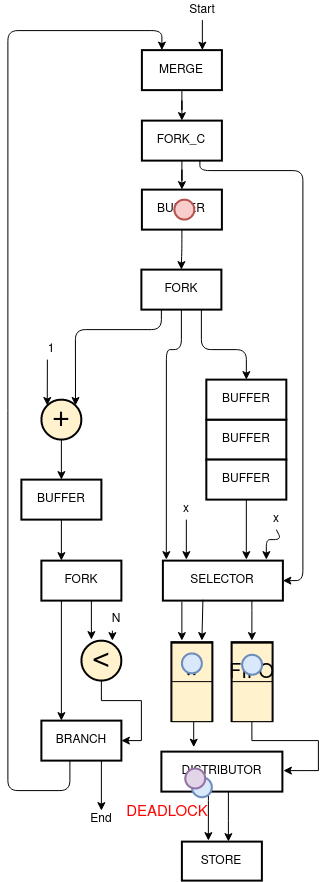
Before: deadlock_6.png, a diagram exported from draw.io (axelmarmet/intermediary-presentation). Source tidied: cells renumbered, new cells last; positions are measured from the earlier drawing's top-left corner, leaving out a move shared by most shapes.
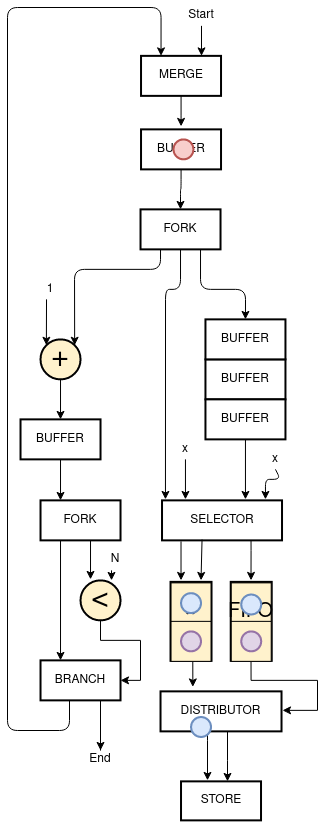
Later version of the same file.

Change to the diagram source:
```diff
@@ -4,13 +4,13 @@
     <mxCell id="1" parent="0" />
     <mxCell id="2" style="endArrow=classic;html=1;entryX=0.75;entryY=0;entryDx=0;entryDy=0;" parent="1" edge="1">
       <mxGeometry relative="1" as="geometry">
-        <mxPoint x="178.8" y="519.1" as="sourcePoint" />
-        <mxPoint x="178.8" y="559.1" as="targetPoint" />
+        <mxPoint x="178.9" y="519.1" as="sourcePoint" />
+        <mxPoint x="178.9" y="559.1" as="targetPoint" />
       </mxGeometry>
     </mxCell>
     <mxCell id="3" style="endArrow=classic;html=1;entryX=0.25;entryY=0;entryDx=0;entryDy=0;exitX=0.5;exitY=1;exitDx=0;exitDy=0;" parent="1" edge="1" source="8">
       <mxGeometry relative="1" as="geometry">
-        <mxPoint x="158.8" y="559.1" as="targetPoint" />
+        <mxPoint x="158.9" y="559.1" as="targetPoint" />
         <Array as="points">
           <mxPoint x="173.9" y="349.1" />
           <mxPoint x="158.9" y="349.1" />
@@ -27,27 +27,29 @@
     </mxCell>
     <mxCell id="5" style="endArrow=classic;html=1;entryX=0.75;entryY=0;entryDx=0;entryDy=0;exitX=0.5;exitY=1;exitDx=0;exitDy=0;" parent="1" edge="1" source="6">
       <mxGeometry relative="1" as="geometry">
-        <mxPoint x="258.8" y="559.1" as="targetPoint" />
+        <mxPoint x="258.9" y="559.1" as="targetPoint" />
         <Array as="points">
-          <mxPoint x="273.8" y="539.1" />
-          <mxPoint x="258.8" y="539.1" />
+          <mxPoint x="273.9" y="539.1" />
+          <mxPoint x="258.9" y="539.1" />
         </Array>
       </mxGeometry>
     </mxCell>
     <mxCell id="6" value="&lt;div&gt;x&lt;br&gt;&lt;/div&gt;" style="text;html=1;strokeColor=none;fillColor=none;align=center;verticalAlign=middle;whiteSpace=wrap;rounded=0;" parent="1" vertex="1">
-      <mxGeometry x="248.8" y="509.1" width="40" height="20" as="geometry" />
+      <mxGeometry x="248.9" y="509.1" width="40" height="20" as="geometry" />
     </mxCell>
     <mxCell id="7" value="&lt;div&gt;x&lt;br&gt;&lt;/div&gt;" style="text;html=1;strokeColor=none;fillColor=none;align=center;verticalAlign=middle;whiteSpace=wrap;rounded=0;" parent="1" vertex="1">
-      <mxGeometry x="158.8" y="499.1" width="40" height="20" as="geometry" />
+      <mxGeometry x="158.9" y="499.1" width="40" height="20" as="geometry" />
     </mxCell>
     <mxCell id="8" value="FORK" style="rounded=0;whiteSpace=wrap;html=1;strokeColor=#000000;strokeWidth=2;" parent="1" vertex="1">
       <mxGeometry x="133.9" y="269.1" width="80" height="40" as="geometry" />
     </mxCell>
-    <mxCell id="9" style="edgeStyle=orthogonalEdgeStyle;rounded=0;jettySize=auto;html=1;" parent="1" edge="1" source="10" target="49">
-      <mxGeometry relative="1" as="geometry" />
+    <mxCell id="9" style="edgeStyle=orthogonalEdgeStyle;rounded=0;jettySize=auto;html=1;" parent="1" edge="1" source="10">
+      <mxGeometry relative="1" as="geometry">
+        <mxPoint x="174.5" y="186.1" as="targetPoint" />
+      </mxGeometry>
     </mxCell>
     <mxCell id="10" value="MERGE" style="rounded=0;whiteSpace=wrap;html=1;strokeColor=#000000;strokeWidth=2;" parent="1" vertex="1">
-      <mxGeometry x="134.4" y="49.6" width="80" height="40" as="geometry" />
+      <mxGeometry x="134.4" y="115.6" width="80" height="40" as="geometry" />
     </mxCell>
     <mxCell id="11" style="edgeStyle=orthogonalEdgeStyle;rounded=0;jettySize=auto;html=1;fontSize=30;" parent="1" edge="1" source="12" target="33">
       <mxGeometry relative="1" as="geometry" />
@@ -107,10 +109,10 @@
     <mxCell id="24" style="edgeStyle=orthogonalEdgeStyle;rounded=1;jettySize=auto;html=1;entryX=0.25;entryY=0;entryDx=0;entryDy=0;fontSize=30;" parent="1" edge="1" source="25" target="10">
       <mxGeometry relative="1" as="geometry">
         <Array as="points">
-          <mxPoint x="62.4" y="790.1" />
-          <mxPoint x="0.4" y="790.1" />
-          <mxPoint x="0.4" y="30.1" />
-          <mxPoint x="154.4" y="30.1" />
+          <mxPoint x="62.9" y="790.2" />
+          <mxPoint x="0.9" y="790.2" />
+          <mxPoint x="0.9" y="67.2" />
+          <mxPoint x="154.9" y="67.2" />
         </Array>
       </mxGeometry>
     </mxCell>
@@ -119,12 +121,12 @@
     </mxCell>
     <mxCell id="26" style="edgeStyle=orthogonalEdgeStyle;rounded=0;orthogonalLoop=1;jettySize=auto;html=1;" parent="1" edge="1">
       <mxGeometry relative="1" as="geometry">
-        <mxPoint x="194.9" y="19.6" as="sourcePoint" />
-        <mxPoint x="194.9" y="49.6" as="targetPoint" />
+        <mxPoint x="194.9" y="85.6" as="sourcePoint" />
+        <mxPoint x="194.9" y="115.6" as="targetPoint" />
       </mxGeometry>
     </mxCell>
     <mxCell id="27" value="Start" style="text;html=1;strokeColor=none;fillColor=none;align=center;verticalAlign=middle;whiteSpace=wrap;rounded=0;" parent="1" vertex="1">
-      <mxGeometry x="174.9" y="-0.4" width="40" height="20" as="geometry" />
+      <mxGeometry x="174.9" y="65.6" width="40" height="20" as="geometry" />
     </mxCell>
     <mxCell id="28" value="1" style="text;html=1;strokeColor=none;fillColor=none;align=center;verticalAlign=middle;whiteSpace=wrap;rounded=0;" parent="1" vertex="1">
       <mxGeometry x="23.9" y="339.1" width="40" height="20" as="geometry" />
@@ -145,14 +147,14 @@
       <mxGeometry x="13.9" y="479.1" width="80" height="40" as="geometry" />
     </mxCell>
     <mxCell id="34" value="BUFFER" style="rounded=0;whiteSpace=wrap;html=1;strokeColor=#000000;strokeWidth=2;" parent="1" vertex="1">
-      <mxGeometry x="198.8" y="419.1" width="80" height="40" as="geometry" />
+      <mxGeometry x="198.9" y="419.1" width="80" height="40" as="geometry" />
     </mxCell>
     <mxCell id="35" value="BUFFER" style="rounded=0;whiteSpace=wrap;html=1;strokeColor=#000000;strokeWidth=2;" parent="1" vertex="1">
-      <mxGeometry x="198.8" y="379.1" width="80" height="40" as="geometry" />
+      <mxGeometry x="198.9" y="379.1" width="80" height="40" as="geometry" />
     </mxCell>
     <mxCell id="36" style="edgeStyle=orthogonalEdgeStyle;rounded=0;jettySize=auto;html=1;entryX=0.25;entryY=0;entryDx=0;entryDy=0;fontSize=30;exitX=0.5;exitY=1;exitDx=0;exitDy=0;" parent="1" edge="1" source="34">
       <mxGeometry relative="1" as="geometry">
-        <mxPoint x="238.8" y="559.1" as="targetPoint" />
+        <mxPoint x="238.9" y="559.1" as="targetPoint" />
       </mxGeometry>
     </mxCell>
     <mxCell id="37" style="edgeStyle=orthogonalEdgeStyle;rounded=0;orthogonalLoop=1;jettySize=auto;html=1;fontSize=30;" parent="1" edge="1">
@@ -171,12 +173,12 @@
     <mxCell id="39" style="edgeStyle=orthogonalEdgeStyle;rounded=0;orthogonalLoop=1;jettySize=auto;html=1;entryX=0.263;entryY=-0.086;entryDx=0;entryDy=0;entryPerimeter=0;fontSize=30;" parent="1" edge="1">
       <mxGeometry relative="1" as="geometry">
         <mxPoint x="184.4" y="720.1" as="sourcePoint" />
-        <mxPoint x="186.2" y="746.7" as="targetPoint" />
+        <mxPoint x="186.2" y="746.6" as="targetPoint" />
       </mxGeometry>
     </mxCell>
     <mxCell id="40" style="endArrow=classic;html=1;entryX=0.75;entryY=0;entryDx=0;entryDy=0;exitX=0.342;exitY=0.979;exitDx=0;exitDy=0;exitPerimeter=0;" parent="1" edge="1">
       <mxGeometry relative="1" as="geometry">
-        <mxPoint x="195.4" y="599.3" as="sourcePoint" />
+        <mxPoint x="195.5" y="599.2" as="sourcePoint" />
         <mxPoint x="194.4" y="640.1" as="targetPoint" />
       </mxGeometry>
     </mxCell>
@@ -219,83 +221,68 @@
     <mxCell id="46" value="STORE" style="rounded=0;whiteSpace=wrap;html=1;strokeColor=#000000;strokeWidth=2;" parent="1" vertex="1">
       <mxGeometry x="174.4" y="841.1" width="80" height="39" as="geometry" />
     </mxCell>
-    <mxCell id="47" style="edgeStyle=orthogonalEdgeStyle;rounded=0;jettySize=auto;html=1;entryX=0.5;entryY=0;entryDx=0;entryDy=0;" parent="1" edge="1" source="49" target="31">
-      <mxGeometry relative="1" as="geometry" />
+    <mxCell id="47" style="group;" parent="1" vertex="1">
+      <mxGeometry x="164.4" y="642.1" width="40" height="78" as="geometry" />
     </mxCell>
-    <mxCell id="48" style="edgeStyle=orthogonalEdgeStyle;rounded=1;jettySize=auto;html=1;entryX=1;entryY=0.5;entryDx=0;entryDy=0;" parent="1" edge="1" source="49" target="38">
-      <mxGeometry relative="1" as="geometry">
-        <Array as="points">
-          <mxPoint x="192.4" y="170.1" />
-          <mxPoint x="295.4" y="170.1" />
-          <mxPoint x="295.4" y="580.1" />
-        </Array>
-      </mxGeometry>
+    <mxCell id="48" style="group;" parent="47" vertex="1">
+      <mxGeometry width="40" height="78" as="geometry" />
     </mxCell>
-    <mxCell id="49" value="FORK_C" style="rounded=0;whiteSpace=wrap;html=1;strokeColor=#000000;strokeWidth=2;" parent="1" vertex="1">
-      <mxGeometry x="134.4" y="120.1" width="80" height="40" as="geometry" />
+    <mxCell id="49" style="group;" parent="48" vertex="1">
+      <mxGeometry width="40" height="78" as="geometry" />
     </mxCell>
-    <mxCell id="50" style="group;" parent="1" vertex="1">
-      <mxGeometry x="164.4" y="642.1" width="40" height="78" as="geometry" />
+    <mxCell id="50" style="rounded=0;whiteSpace=wrap;html=1;strokeWidth=3;fontSize=20;" parent="49" vertex="1">
+      <mxGeometry width="40" height="78" as="geometry" />
     </mxCell>
-    <mxCell id="51" style="group;" parent="50" vertex="1">
-      <mxGeometry width="40" height="78" as="geometry" />
+    <mxCell id="51" style="rounded=0;whiteSpace=wrap;html=1;strokeWidth=1;fontSize=20;fillColor=#fff2cc;strokeColor=#000000;" parent="49" vertex="1">
+      <mxGeometry y="0.5" width="40" height="40.5" as="geometry" />
     </mxCell>
-    <mxCell id="52" style="group;" parent="51" vertex="1">
-      <mxGeometry width="40" height="78" as="geometry" />
+    <mxCell id="52" style="rounded=0;whiteSpace=wrap;html=1;strokeWidth=1;fontSize=20;fillColor=#fff2cc;strokeColor=#000000;" parent="49" vertex="1">
+      <mxGeometry y="39" width="40" height="40" as="geometry" />
     </mxCell>
-    <mxCell id="53" style="rounded=0;whiteSpace=wrap;html=1;strokeWidth=3;fontSize=20;" parent="52" vertex="1">
-      <mxGeometry width="40" height="78" as="geometry" />
+    <mxCell id="53" value="&lt;font style=&quot;font-size: 40px;&quot;&gt;*&lt;/font&gt;" style="text;html=1;strokeColor=none;fillColor=none;align=center;verticalAlign=middle;whiteSpace=wrap;rounded=0;fontSize=40;" parent="49" vertex="1">
+      <mxGeometry x="6.7" y="34.1" width="26.7" height="13" as="geometry" />
     </mxCell>
-    <mxCell id="54" style="rounded=0;whiteSpace=wrap;html=1;strokeWidth=1;fontSize=20;fillColor=#fff2cc;strokeColor=#000000;" parent="52" vertex="1">
-      <mxGeometry y="0.5" width="40" height="40.5" as="geometry" />
+    <mxCell id="54" style="ellipse;whiteSpace=wrap;html=1;strokeColor=#9673a6;strokeWidth=2;fontSize=40;fillColor=#e1d5e7;" parent="49" vertex="1">
+      <mxGeometry x="10" y="49" width="20" height="20" as="geometry" />
     </mxCell>
-    <mxCell id="55" style="rounded=0;whiteSpace=wrap;html=1;strokeWidth=1;fontSize=20;fillColor=#fff2cc;strokeColor=#000000;" parent="52" vertex="1">
-      <mxGeometry y="39" width="40" height="40" as="geometry" />
+    <mxCell id="55" style="ellipse;whiteSpace=wrap;html=1;strokeColor=#6c8ebf;strokeWidth=2;fontSize=40;fillColor=#dae8fc;" parent="49" vertex="1">
+      <mxGeometry x="10" y="10.8" width="20" height="20" as="geometry" />
     </mxCell>
-    <mxCell id="56" value="&lt;font style=&quot;font-size: 40px;&quot;&gt;*&lt;/font&gt;" style="text;html=1;strokeColor=none;fillColor=none;align=center;verticalAlign=middle;whiteSpace=wrap;rounded=0;fontSize=40;" parent="52" vertex="1">
-      <mxGeometry x="6.7" y="34.1" width="26.7" height="13" as="geometry" />
+    <mxCell id="56" style="group;" parent="1" vertex="1">
+      <mxGeometry x="224.6" y="642.1" width="40" height="78" as="geometry" />
     </mxCell>
-    <mxCell id="57" style="ellipse;whiteSpace=wrap;html=1;strokeColor=#6c8ebf;strokeWidth=2;fontSize=40;fillColor=#dae8fc;" parent="52" vertex="1">
-      <mxGeometry x="10" y="10.8" width="20" height="20" as="geometry" />
+    <mxCell id="57" style="group;" parent="56" vertex="1">
+      <mxGeometry width="40" height="78" as="geometry" />
     </mxCell>
-    <mxCell id="58" style="group;" parent="1" vertex="1">
-      <mxGeometry x="224.6" y="642.1" width="40" height="78" as="geometry" />
+    <mxCell id="58" style="group;" parent="57" vertex="1">
+      <mxGeometry width="40" height="78" as="geometry" />
     </mxCell>
-    <mxCell id="59" style="group;" parent="58" vertex="1">
+    <mxCell id="59" style="rounded=0;whiteSpace=wrap;html=1;strokeWidth=3;fontSize=20;" parent="58" vertex="1">
       <mxGeometry width="40" height="78" as="geometry" />
     </mxCell>
-    <mxCell id="60" style="group;" parent="59" vertex="1">
-      <mxGeometry width="40" height="78" as="geometry" />
+    <mxCell id="60" style="rounded=0;whiteSpace=wrap;html=1;strokeWidth=1;fontSize=20;fillColor=#fff2cc;strokeColor=#000000;" parent="58" vertex="1">
+      <mxGeometry y="0.5" width="40" height="40.5" as="geometry" />
     </mxCell>
-    <mxCell id="61" style="rounded=0;whiteSpace=wrap;html=1;strokeWidth=3;fontSize=20;" parent="60" vertex="1">
-      <mxGeometry width="40" height="78" as="geometry" />
+    <mxCell id="61" style="rounded=0;whiteSpace=wrap;html=1;strokeWidth=1;fontSize=20;fillColor=#fff2cc;strokeColor=#000000;" parent="58" vertex="1">
+      <mxGeometry y="39" width="40" height="40" as="geometry" />
     </mxCell>
-    <mxCell id="62" style="rounded=0;whiteSpace=wrap;html=1;strokeWidth=1;fontSize=20;fillColor=#fff2cc;strokeColor=#000000;" parent="60" vertex="1">
-      <mxGeometry y="0.5" width="40" height="40.5" as="geometry" />
+    <mxCell id="62" value="&lt;font style=&quot;font-size: 20px&quot;&gt;FIFO&lt;/font&gt;" style="text;html=1;strokeColor=none;fillColor=none;align=center;verticalAlign=middle;whiteSpace=wrap;rounded=0;fontSize=40;" parent="58" vertex="1">
+      <mxGeometry x="6.7" y="19.1" width="26.7" height="13" as="geometry" />
     </mxCell>
-    <mxCell id="63" style="rounded=0;whiteSpace=wrap;html=1;strokeWidth=1;fontSize=20;fillColor=#fff2cc;strokeColor=#000000;" parent="60" vertex="1">
-      <mxGeometry y="39" width="40" height="40" as="geometry" />
+    <mxCell id="63" style="ellipse;whiteSpace=wrap;html=1;strokeColor=#9673a6;strokeWidth=2;fontSize=40;fillColor=#e1d5e7;" parent="58" vertex="1">
+      <mxGeometry x="10" y="49" width="20" height="20" as="geometry" />
     </mxCell>
-    <mxCell id="64" value="&lt;font style=&quot;font-size: 20px&quot;&gt;FIFO&lt;/font&gt;" style="text;html=1;strokeColor=none;fillColor=none;align=center;verticalAlign=middle;whiteSpace=wrap;rounded=0;fontSize=40;" parent="60" vertex="1">
-      <mxGeometry x="6.7" y="19.1" width="26.7" height="13" as="geometry" />
+    <mxCell id="64" style="ellipse;whiteSpace=wrap;html=1;strokeColor=#6c8ebf;strokeWidth=2;fontSize=40;fillColor=#dae8fc;" parent="58" vertex="1">
+      <mxGeometry x="10" y="12.1" width="20" height="20" as="geometry" />
     </mxCell>
-    <mxCell id="65" style="ellipse;whiteSpace=wrap;html=1;strokeColor=#6c8ebf;strokeWidth=2;fontSize=40;fillColor=#dae8fc;" parent="60" vertex="1">
-      <mxGeometry x="10" y="12.1" width="20" height="20" as="geometry" />
+    <mxCell id="65" value="BUFFER" style="rounded=0;whiteSpace=wrap;html=1;strokeColor=#000000;strokeWidth=2;" parent="1" vertex="1">
+      <mxGeometry x="198.9" y="459.1" width="80" height="40" as="geometry" />
     </mxCell>
-    <mxCell id="66" value="BUFFER" style="rounded=0;whiteSpace=wrap;html=1;strokeColor=#000000;strokeWidth=2;" parent="1" vertex="1">
-      <mxGeometry x="198.8" y="459.1" width="80" height="40" as="geometry" />
+    <mxCell id="66" style="ellipse;whiteSpace=wrap;html=1;strokeColor=#b85450;strokeWidth=2;fontSize=40;fillColor=#f8cecc;" parent="1" vertex="1">
+      <mxGeometry x="166.9" y="199.1" width="20" height="20" as="geometry" />
     </mxCell>
-    <mxCell id="67" style="ellipse;whiteSpace=wrap;html=1;strokeColor=#b85450;strokeWidth=2;fontSize=40;fillColor=#f8cecc;" parent="1" vertex="1">
-      <mxGeometry x="166.8" y="199.1" width="20" height="20" as="geometry" />
+    <mxCell id="67" style="ellipse;whiteSpace=wrap;html=1;strokeColor=#6c8ebf;strokeWidth=2;fontSize=40;fillColor=#dae8fc;" parent="1" vertex="1">
+      <mxGeometry x="184.4" y="776.7" width="20" height="20" as="geometry" />
     </mxCell>
-    <mxCell id="68" style="ellipse;whiteSpace=wrap;html=1;strokeColor=#6c8ebf;strokeWidth=2;fontSize=40;fillColor=#dae8fc;" parent="1" vertex="1">
-      <mxGeometry x="184.4" y="776.8" width="20" height="20" as="geometry" />
-    </mxCell>
-    <mxCell id="69" style="ellipse;whiteSpace=wrap;html=1;strokeColor=#9673a6;strokeWidth=2;fontSize=40;fillColor=#e1d5e7;" parent="1" vertex="1">
-      <mxGeometry x="177.7" y="768" width="20" height="20" as="geometry" />
-    </mxCell>
-    <mxCell id="70" value="DEADLOCK" style="text;html=1;strokeColor=none;fillColor=none;align=center;verticalAlign=middle;whiteSpace=wrap;rounded=0;fontSize=15;fontColor=#FF0000;" parent="1" vertex="1">
-      <mxGeometry x="140" y="801.9" width="40" height="20" as="geometry" />
-    </mxCell>
   </root>
 </mxGraphModel>
```
